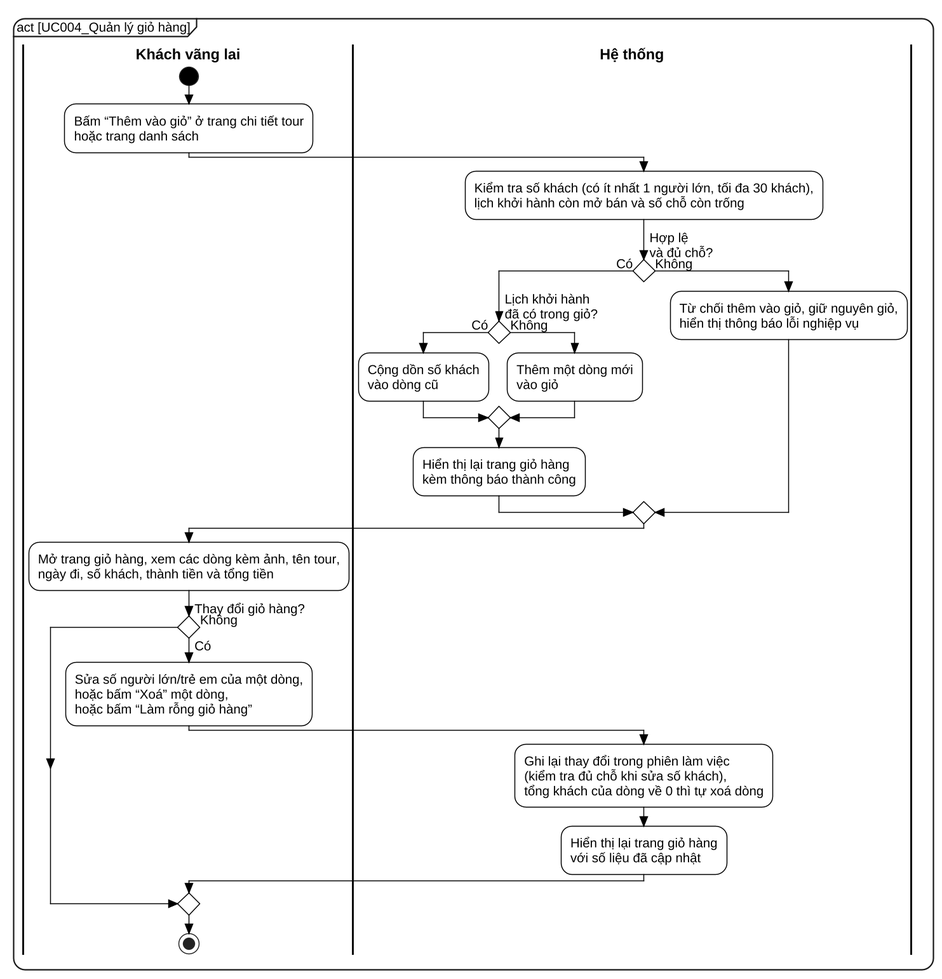
This is docs/report/diagrams/png/UC004_activity.png from kanele05/project_www, a PlantUML export, as it was before one commit.
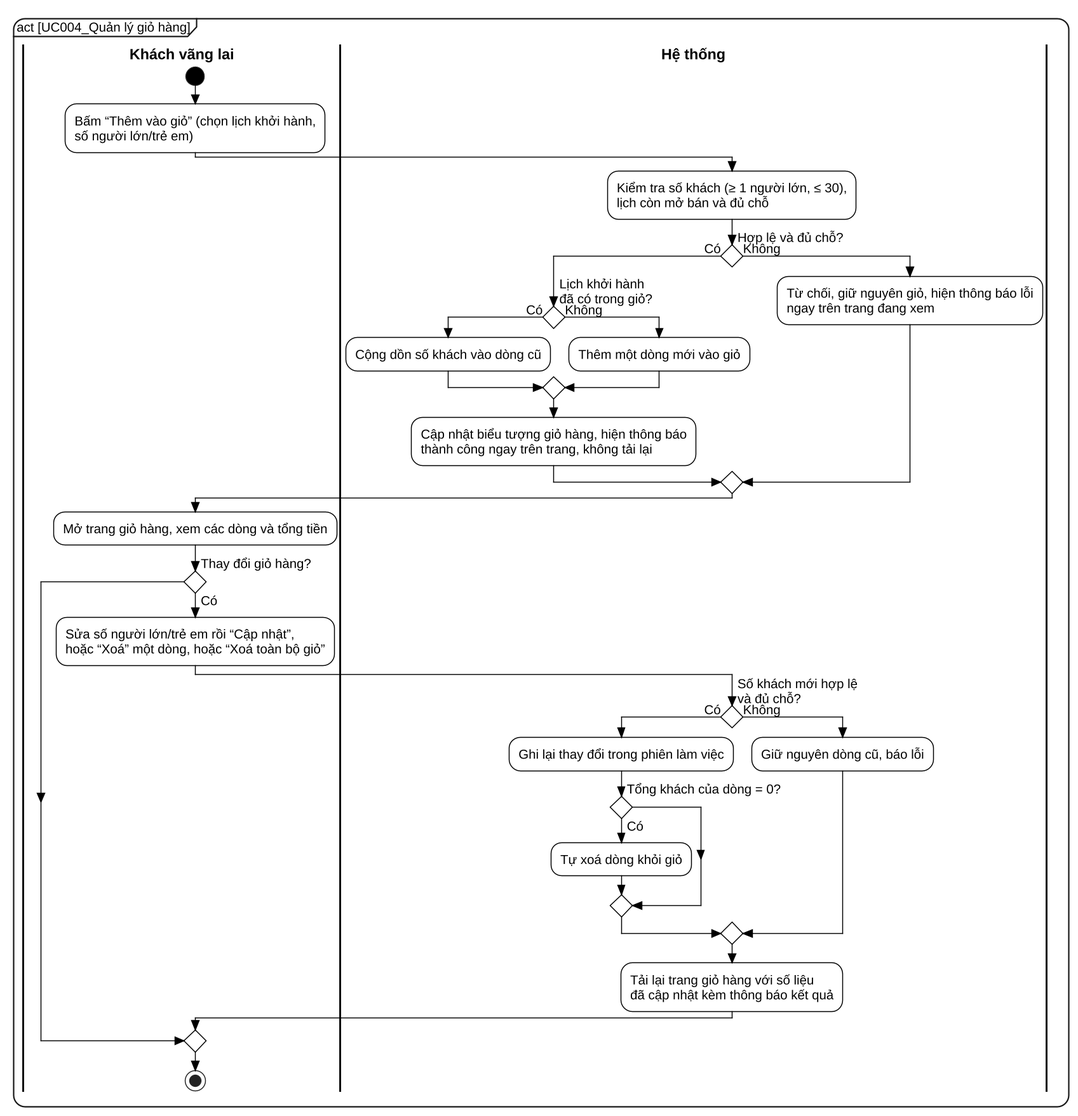
The same file after the commit.

What changed in the source:
```diff
@@ -29,28 +29,34 @@
 mainframe act [UC004_Quản lý giỏ hàng]
 |Khách vãng lai|
 start
-:Bấm “Thêm vào giỏ” ở trang chi tiết tour\nhoặc trang danh sách;
+:Bấm “Thêm vào giỏ” (chọn lịch khởi hành,\nsố người lớn/trẻ em);
 |Hệ thống|
-:Kiểm tra số khách (có ít nhất 1 người lớn, tối đa 30 khách),\nlịch khởi hành còn mở bán và số chỗ còn trống;
-if (Hợp lệ\nvà đủ chỗ?) then (Có)
+:Kiểm tra số khách (≥ 1 người lớn, ≤ 30),\nlịch còn mở bán và đủ chỗ;
+if (Hợp lệ và đủ chỗ?) then (Có)
   if (Lịch khởi hành\nđã có trong giỏ?) then (Có)
-    :Cộng dồn số khách\nvào dòng cũ;
+    :Cộng dồn số khách vào dòng cũ;
   else (Không)
-    :Thêm một dòng mới\nvào giỏ;
+    :Thêm một dòng mới vào giỏ;
   endif
-  :Hiển thị lại trang giỏ hàng\nkèm thông báo thành công;
+  :Cập nhật biểu tượng giỏ hàng, hiện thông báo\nthành công ngay trên trang, không tải lại;
 else (Không)
-  :Từ chối thêm vào giỏ, giữ nguyên giỏ,\nhiển thị thông báo lỗi nghiệp vụ;
+  :Từ chối, giữ nguyên giỏ, hiện thông báo lỗi\nngay trên trang đang xem;
 endif
 |Khách vãng lai|
-:Mở trang giỏ hàng, xem các dòng kèm ảnh, tên tour,\nngày đi, số khách, thành tiền và tổng tiền;
+:Mở trang giỏ hàng, xem các dòng và tổng tiền;
 if (Thay đổi giỏ hàng?) then (Có)
-  :Sửa số người lớn/trẻ em của một dòng,\nhoặc bấm “Xoá” một dòng,\nhoặc bấm “Làm rỗng giỏ hàng”;
+  :Sửa số người lớn/trẻ em rồi “Cập nhật”,\nhoặc “Xoá” một dòng, hoặc “Xoá toàn bộ giỏ”;
   |Hệ thống|
-  :Ghi lại thay đổi trong phiên làm việc\n(kiểm tra đủ chỗ khi sửa số khách),\ntổng khách của dòng về 0 thì tự xoá dòng;
-  :Hiển thị lại trang giỏ hàng\nvới số liệu đã cập nhật;
-  |Khách vãng lai|
-else (Không)
+  if (Số khách mới hợp lệ\nvà đủ chỗ?) then (Có)
+    :Ghi lại thay đổi trong phiên làm việc;
+    if (Tổng khách của dòng = 0?) then (Có)
+      :Tự xoá dòng khỏi giỏ;
+    endif
+  else (Không)
+    :Giữ nguyên dòng cũ, báo lỗi;
+  endif
+  :Tải lại trang giỏ hàng với số liệu\nđã cập nhật kèm thông báo kết quả;
 endif
+|Khách vãng lai|
 stop
 @enduml
```
